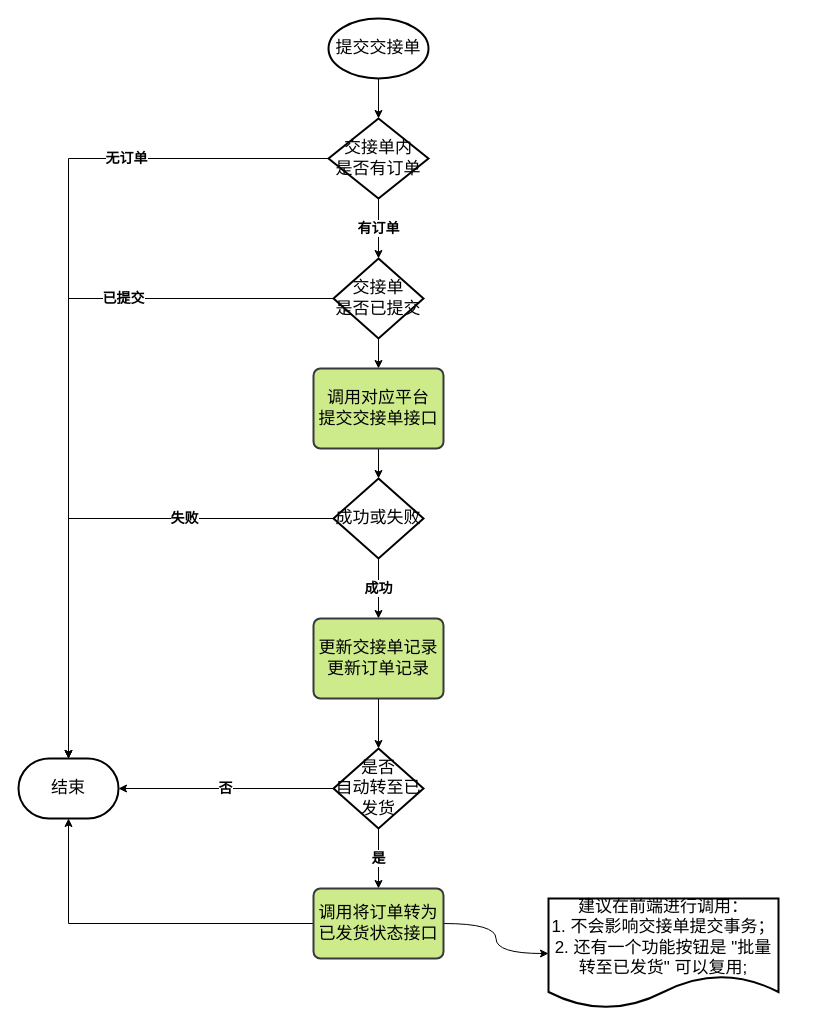
GitHeP/diagrams keeps this draw.io diagram as longpean/OMS-交接单-提交交接单.drawio. Above is the earlier version. Source tidied: cells renumbered, new cells numbered last; positions are measured from the earlier drawing's top-left corner, leaving out a move shared by most shapes. Both pictures are drawn from the tidied source at 100%, with x=0, y=0 at pixel (18, 18).
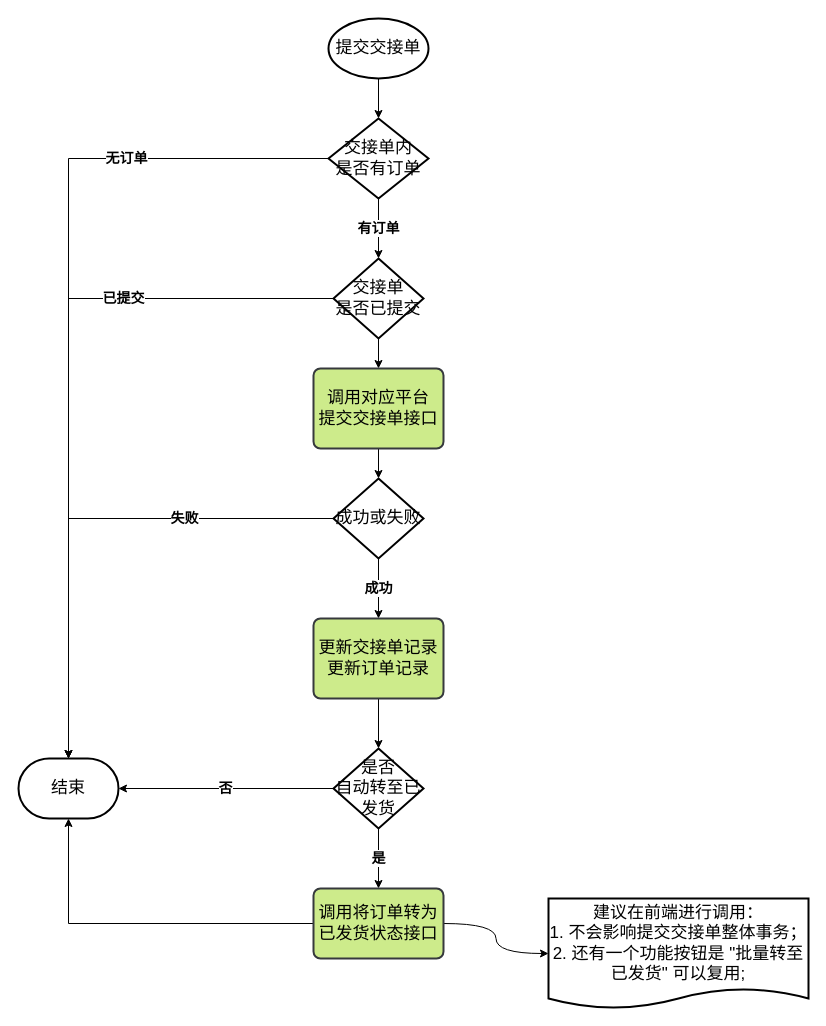
The same diagram, later.

Commit message (it also covers changes not shown here):
更新OMS-交接单-提交交接单.drawio

Diff of the diagram source:
```diff
@@
-    <mxCell id="24" value="&lt;font style=&quot;font-size: 17px;&quot;&gt;建议在前端进行调用：&lt;br&gt;1. 不会影响交接单提交事务；&lt;br&gt;2. 还有一个功能按钮是 &quot;批量转至已发货&quot; 可以复用;&lt;br&gt;&lt;/font&gt;" style="shape=document;whiteSpace=wrap;html=1;boundedLbl=1;rounded=1;arcSize=14;strokeWidth=2;" parent="1" vertex="1">
-      <mxGeometry x="530" y="880" width="230" height="110" as="geometry" />
+    <mxCell id="24" value="&lt;font style=&quot;font-size: 17px;&quot;&gt;建议在前端进行调用：&lt;br&gt;1. 不会影响提交交接单整体事务；&lt;br&gt;2. 还有一个功能按钮是 &quot;批量转至已发货&quot; 可以复用;&lt;br&gt;&lt;/font&gt;" style="shape=document;whiteSpace=wrap;html=1;boundedLbl=1;rounded=1;arcSize=14;strokeWidth=2;size=0.18181818181818182;" parent="1" vertex="1">
+      <mxGeometry x="530" y="880" width="260" height="110" as="geometry" />
     </mxCell>
```
